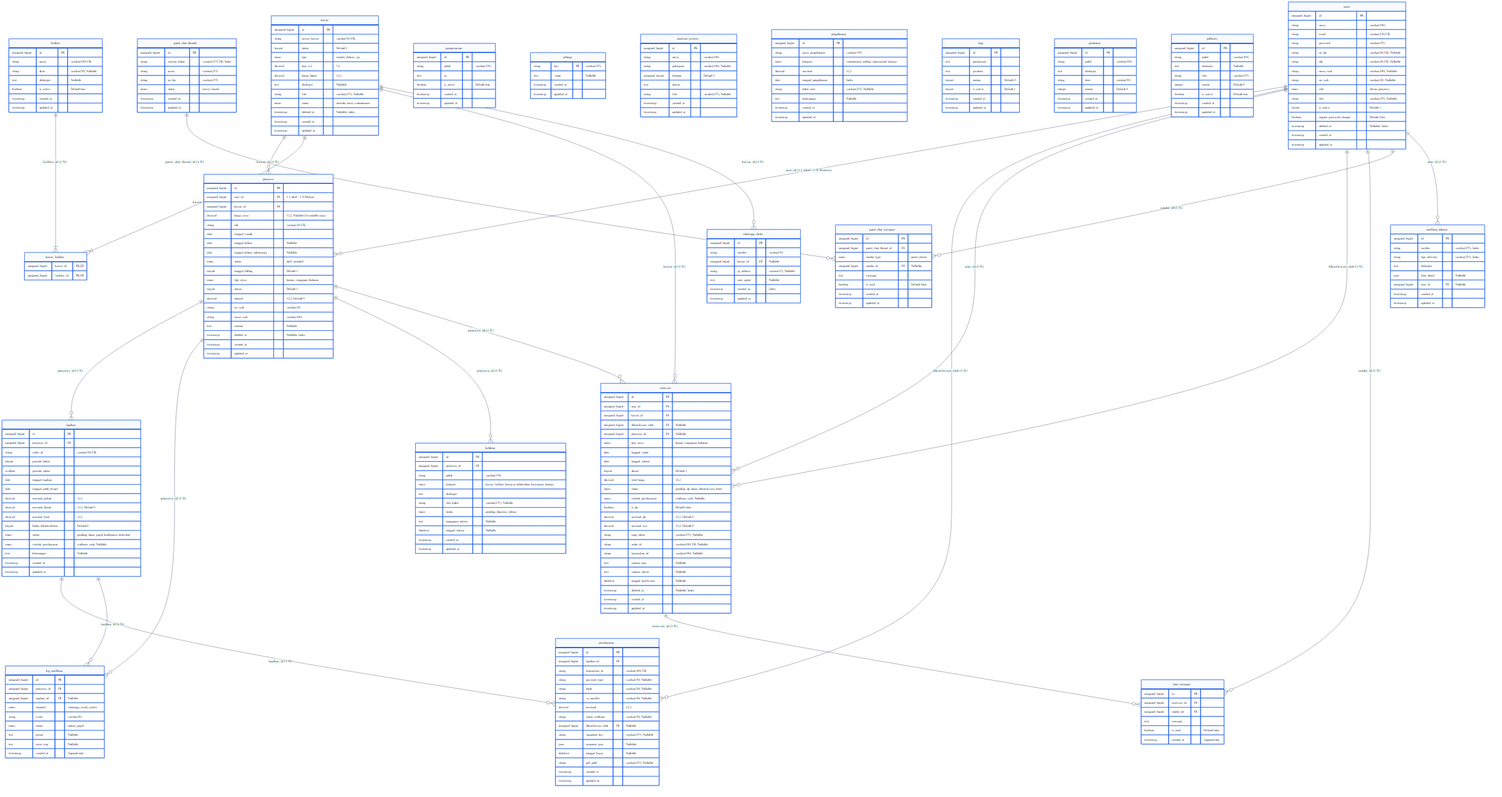
rafifarsyapradiva/asri-boarding-house keeps this Mermaid diagram as Blueprint/erd/diagram_erd.png. Above is the earlier version. Its source is kept beside it as Blueprint/erd/diagram_erd.mmd. The source it was exported from:
```mermaid
%%{init: {
  'theme': 'base',
  'themeVariables': {
    'primaryColor': '#F8FAFC',
    'primaryTextColor': '#0F172A',
    'primaryBorderColor': '#2563EB',
    'lineColor': '#334155',
    'secondaryColor': '#FEF3C7',
    'tertiaryColor': '#ECFDF5',
    'fontSize': '12px',
    'fontFamily': 'Inter, system-ui, -apple-system, sans-serif'
  }
}}%%
erDiagram
    users {
        unsigned_bigint id PK
        string nama "varchar(100)"
        string email "varchar(150) UK"
        string password "varchar(255)"
        string no_hp "varchar(20) UK, Nullable"
        string nik "varchar(20) UK, Nullable"
        string nama_wali "varchar(100), Nullable"
        string no_wali "varchar(20), Nullable"
        enum role "admin, penyewa"
        string foto "varchar(255), Nullable"
        tinyint is_active "Default 1"
        boolean require_password_change "Default false"
        timestamp deleted_at "Nullable, Index"
        timestamp created_at
        timestamp updated_at
    }

    kamar {
        unsigned_bigint id PK
        string nomor_kamar "varchar(50) UK"
        tinyint lantai "Default 1"
        enum tipe "standar, deluxe, vip"
        decimal luas_m2 "5,2"
        decimal harga_bulan "12,2"
        text deskripsi "Nullable"
        string foto "varchar(255), Nullable"
        enum status "tersedia, terisi, maintenance"
        timestamp deleted_at "Nullable, Index"
        timestamp created_at
        timestamp updated_at
    }

    fasilitas {
        unsigned_bigint id PK
        string nama "varchar(100) UK"
        string ikon "varchar(50), Nullable"
        text deskripsi "Nullable"
        boolean is_active "Default true"
        timestamp created_at
        timestamp updated_at
    }

    kamar_fasilitas {
        unsigned_bigint kamar_id PK, FK
        unsigned_bigint fasilitas_id PK, FK
    }

    penyewa {
        unsigned_bigint id PK
        unsigned_bigint user_id FK "1:1 Aktif / 1:N Historis"
        unsigned_bigint kamar_id FK
        decimal harga_sewa "12,2, Nullable (Immutable copy)"
        string nik "varchar(20) UK"
        date tanggal_masuk
        date tanggal_keluar "Nullable"
        date tanggal_keluar_seharusnya "Nullable"
        enum status "aktif, nonaktif"
        tinyint tanggal_billing "Default 1"
        enum tipe_sewa "harian, mingguan, bulanan"
        tinyint durasi "Default 1"
        decimal deposit "12,2, Default 0"
        string no_wali "varchar(20)"
        string nama_wali "varchar(100)"
        text catatan "Nullable"
        timestamp deleted_at "Nullable, Index"
        timestamp created_at
        timestamp updated_at
    }

    tagihan {
        unsigned_bigint id PK
        unsigned_bigint penyewa_id FK
        string order_id "varchar(50) UK"
        tinyint periode_bulan
        smallint periode_tahun
        date tanggal_tagihan
        date tanggal_jatuh_tempo
        decimal nominal_pokok "12,2"
        decimal nominal_denda "12,2, Default 0"
        decimal nominal_total "12,2"
        tinyint bulan_keterlambatan "Default 0"
        enum status "pending, lunas, gagal, kadaluarsa, terlambat"
        enum metode_pembayaran "midtrans, cash, Nullable"
        text keterangan "Nullable"
        timestamp created_at
        timestamp updated_at
    }

    pembayaran {
        unsigned_bigint id PK
        unsigned_bigint tagihan_id FK
        string transaction_id "varchar(100) UK"
        string payment_type "varchar(50), Nullable"
        string bank "varchar(20), Nullable"
        string va_number "varchar(30), Nullable"
        decimal nominal "12,2"
        string status_midtrans "varchar(50), Nullable"
        unsigned_bigint dikonfirmasi_oleh FK "Nullable"
        string signature_key "varchar(255), Nullable"
        json response_json "Nullable"
        datetime tanggal_bayar "Nullable"
        string pdf_path "varchar(255), Nullable"
        timestamp created_at
        timestamp updated_at
    }

    log_notifikasi {
        unsigned_bigint id PK
        unsigned_bigint penyewa_id FK
        unsigned_bigint tagihan_id FK "Nullable"
        enum channel "whatsapp, email, system"
        string event "varchar(50)"
        enum status "sukses, gagal"
        text pesan "Nullable"
        text error_msg "Nullable"
        timestamp created_at "Append-only"
    }

    reservasi {
        unsigned_bigint id PK
        unsigned_bigint user_id FK
        unsigned_bigint kamar_id FK
        unsigned_bigint dikonfirmasi_oleh FK "Nullable"
        unsigned_bigint penyewa_id FK "Nullable"
        enum tipe_sewa "harian, mingguan, bulanan"
        date tanggal_mulai
        date tanggal_selesai
        tinyint durasi "Default 1"
        decimal total_harga "12,2"
        enum status "pending, dp, lunas, dikonfirmasi, batal"
        enum metode_pembayaran "midtrans, cash, Nullable"
        boolean is_dp "Default false"
        decimal nominal_dp "12,2, Default 0"
        decimal nominal_sisa "12,2, Default 0"
        string snap_token "varchar(255), Nullable"
        string order_id "varchar(100) UK, Nullable"
        string transaction_id "varchar(100), Nullable"
        text catatan_user "Nullable"
        text catatan_admin "Nullable"
        datetime tanggal_konfirmasi "Nullable"
        timestamp deleted_at "Nullable, Index"
        timestamp created_at
        timestamp updated_at
    }

    chat_messages {
        unsigned_bigint id PK
        unsigned_bigint reservasi_id FK
        unsigned_bigint sender_id FK
        text message
        boolean is_read "Default false"
        timestamp created_at "Append-only"
    }

    pengumuman {
        unsigned_bigint id PK
        string judul "varchar(150)"
        text isi
        boolean is_active "Default true"
        timestamp created_at
        timestamp updated_at
    }

    notifikasi_khusus {
        unsigned_bigint id PK
        string sumber "varchar(255), Index"
        string tipe_aktivitas "varchar(255), Index"
        text deskripsi
        json data_detail "Nullable"
        unsigned_bigint user_id FK "Nullable"
        timestamp created_at
        timestamp updated_at
    }

    settings {
        string key PK "varchar(255)"
        text value "Nullable"
        timestamp created_at
        timestamp updated_at
    }

    customer_reviews {
        unsigned_bigint id PK
        string nama "varchar(100)"
        string pekerjaan "varchar(100), Nullable"
        unsigned_tinyint bintang "Default 5"
        text ulasan
        string foto "varchar(255), Nullable"
        timestamp created_at
        timestamp updated_at
    }

    pengeluaran {
        unsigned_bigint id PK
        string nama_pengeluaran "varchar(150)"
        enum kategori "maintenance, utilitas, operasional, lainnya"
        decimal nominal "12,2"
        date tanggal_pengeluaran "Index"
        string bukti_nota "varchar(255), Nullable"
        text keterangan "Nullable"
        timestamp created_at
        timestamp updated_at
    }

    faqs {
        unsigned_bigint id PK
        text pertanyaan
        text jawaban
        tinyint urutan "Default 0"
        tinyint is_active "Default 1"
        timestamp created_at
        timestamp updated_at
    }

    keluhan {
        unsigned_bigint id PK
        unsigned_bigint penyewa_id FK
        string judul "varchar(150)"
        enum kategori "kamar, fasilitas_bersama, kebersihan, keamanan, lainnya"
        text deskripsi
        string foto_bukti "varchar(255), Nullable"
        enum status "pending, diproses, selesai"
        text tanggapan_admin "Nullable"
        datetime tanggal_selesai "Nullable"
        timestamp created_at
        timestamp updated_at
    }

    peraturan {
        unsigned_bigint id PK
        string judul "varchar(100)"
        text deskripsi
        string ikon "varchar(50)"
        integer urutan "Default 0"
        timestamp created_at
        timestamp updated_at
    }

    galleries {
        unsigned_bigint id PK
        string judul "varchar(100)"
        text deskripsi "Nullable"
        string foto "varchar(255)"
        integer urutan "Default 0"
        boolean is_active "Default true"
        timestamp created_at
        timestamp updated_at
    }

    guest_chat_threads {
        unsigned_bigint id PK
        string session_token "varchar(255) UK, Index"
        string name "varchar(255)"
        string no_hp "varchar(255)"
        enum status "active, closed"
        timestamp created_at
        timestamp updated_at
    }

    guest_chat_messages {
        unsigned_bigint id PK
        unsigned_bigint guest_chat_thread_id FK
        enum sender_type "guest, admin"
        unsigned_bigint sender_id FK "Nullable"
        text message
        boolean is_read "Default false"
        timestamp created_at
        timestamp updated_at
    }

    whatsapp_clicks {
        unsigned_bigint id PK
        string sumber "varchar(50)"
        unsigned_bigint kamar_id FK "Nullable"
        string ip_address "varchar(45), Nullable"
        text user_agent "Nullable"
        timestamp created_at "Index"
        timestamp updated_at
    }

    users ||--o{ penyewa : "user_id (1:1 Aktif / 1:N Historis)"
    kamar ||--o{ penyewa : "kamar_id (1:N)"

    kamar ||--|{ kamar_fasilitas : "kamar_id (1:N)"
    fasilitas ||--|{ kamar_fasilitas : "fasilitas_id (1:N)"

    penyewa ||--o{ tagihan : "penyewa_id (1:N)"
    tagihan ||--o{ pembayaran : "tagihan_id (1:N)"
    users ||--o{ pembayaran : "dikonfirmasi_oleh (1:N)"

    penyewa ||--o{ log_notifikasi : "penyewa_id (1:N)"
    tagihan ||--o{ log_notifikasi : "tagihan_id (1:N)"
    penyewa ||--o{ keluhan : "penyewa_id (1:N)"

    users ||--o{ reservasi : "user_id (1:N)"
    kamar ||--o{ reservasi : "kamar_id (1:N)"
    users ||--o{ reservasi : "dikonfirmasi_oleh (1:N)"
    penyewa ||--o{ reservasi : "penyewa_id (1:N)"

    reservasi ||--o{ chat_messages : "reservasi_id (1:N)"
    users ||--o{ chat_messages : "sender_id (1:N)"

    guest_chat_threads ||--o{ guest_chat_messages : "guest_chat_thread_id (1:N)"
    users ||--o{ guest_chat_messages : "sender_id (1:N)"

    users ||--o{ notifikasi_khusus : "user_id (1:N)"
    kamar ||--o{ whatsapp_clicks : "kamar_id (1:N)"
```
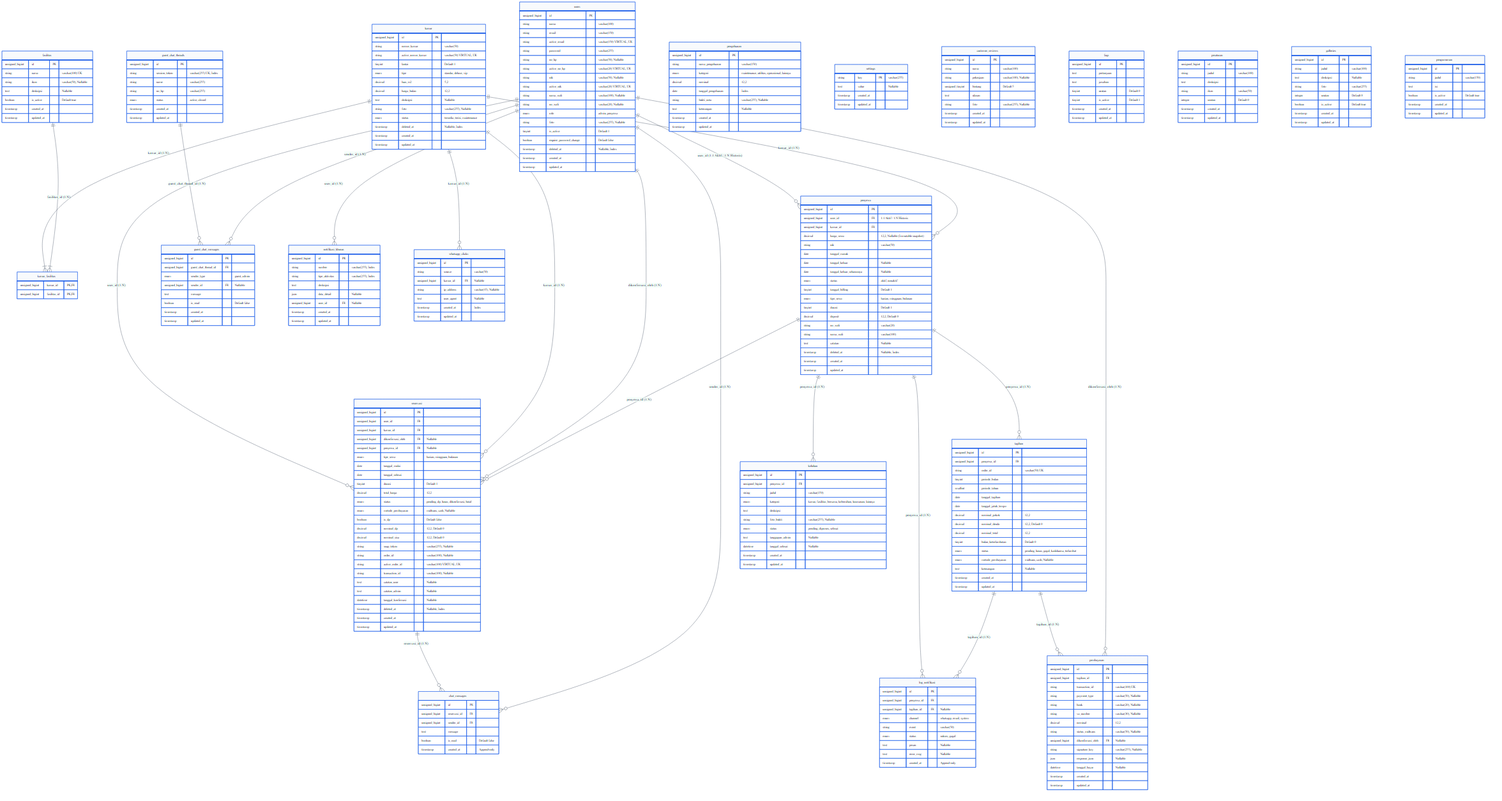
The same file after the commit.

Diff of the diagram source:
```diff
@@ -15,10 +15,13 @@
     users {
         unsigned_bigint id PK
         string nama "varchar(100)"
-        string email "varchar(150) UK"
+        string email "varchar(150)"
+        string active_email "varchar(150) VIRTUAL, UK"
         string password "varchar(255)"
-        string no_hp "varchar(20) UK, Nullable"
-        string nik "varchar(20) UK, Nullable"
+        string no_hp "varchar(50), Nullable"
+        string active_no_hp "varchar(20) VIRTUAL, UK"
+        string nik "varchar(50), Nullable"
+        string active_nik "varchar(20) VIRTUAL, UK"
         string nama_wali "varchar(100), Nullable"
         string no_wali "varchar(20), Nullable"
         enum role "admin, penyewa"
@@ -32,7 +35,8 @@
 
     kamar {
         unsigned_bigint id PK
-        string nomor_kamar "varchar(50) UK"
+        string nomor_kamar "varchar(50)"
+        string active_nomor_kamar "varchar(50) VIRTUAL, UK"
         tinyint lantai "Default 1"
         enum tipe "standar, deluxe, vip"
         decimal luas_m2 "5,2"
@@ -64,8 +68,8 @@
         unsigned_bigint id PK
         unsigned_bigint user_id FK "1:1 Aktif / 1:N Historis"
         unsigned_bigint kamar_id FK
-        decimal harga_sewa "12,2, Nullable (Immutable copy)"
-        string nik "varchar(20) UK"
+        decimal harga_sewa "12,2, Nullable (Immutable snapshot)"
+        string nik "varchar(50)"
         date tanggal_masuk
         date tanggal_keluar "Nullable"
         date tanggal_keluar_seharusnya "Nullable"
@@ -114,7 +118,6 @@
         string signature_key "varchar(255), Nullable"
         json response_json "Nullable"
         datetime tanggal_bayar "Nullable"
-        string pdf_path "varchar(255), Nullable"
         timestamp created_at
         timestamp updated_at
     }
@@ -148,7 +151,8 @@
         decimal nominal_dp "12,2, Default 0"
         decimal nominal_sisa "12,2, Default 0"
         string snap_token "varchar(255), Nullable"
-        string order_id "varchar(100) UK, Nullable"
+        string order_id "varchar(100), Nullable"
+        string active_order_id "varchar(100) VIRTUAL, UK"
         string transaction_id "varchar(100), Nullable"
         text catatan_user "Nullable"
         text catatan_admin "Nullable"
@@ -167,22 +171,49 @@
         timestamp created_at "Append-only"
     }
 
-    pengumuman {
+    guest_chat_threads {
         unsigned_bigint id PK
-        string judul "varchar(150)"
-        text isi
-        boolean is_active "Default true"
+        string session_token "varchar(255) UK, Index"
+        string name "varchar(255)"
+        string no_hp "varchar(255)"
+        enum status "active, closed"
         timestamp created_at
         timestamp updated_at
     }
 
-    notifikasi_khusus {
+    guest_chat_messages {
         unsigned_bigint id PK
-        string sumber "varchar(255), Index"
-        string tipe_aktivitas "varchar(255), Index"
+        unsigned_bigint guest_chat_thread_id FK
+        enum sender_type "guest, admin"
+        unsigned_bigint sender_id FK "Nullable"
+        text message
+        boolean is_read "Default false"
+        timestamp created_at
+        timestamp updated_at
+    }
+
+    keluhan {
+        unsigned_bigint id PK
+        unsigned_bigint penyewa_id FK
+        string judul "varchar(150)"
+        enum kategori "kamar, fasilitas_bersama, kebersihan, keamanan, lainnya"
         text deskripsi
-        json data_detail "Nullable"
-        unsigned_bigint user_id FK "Nullable"
+        string foto_bukti "varchar(255), Nullable"
+        enum status "pending, diproses, selesai"
+        text tanggapan_admin "Nullable"
+        datetime tanggal_selesai "Nullable"
+        timestamp created_at
+        timestamp updated_at
+    }
+
+    pengeluaran {
+        unsigned_bigint id PK
+        string nama_pengeluaran "varchar(150)"
+        enum kategori "maintenance, utilitas, operasional, lainnya"
+        decimal nominal "12,2"
+        date tanggal_pengeluaran "Index"
+        string bukti_nota "varchar(255), Nullable"
+        text keterangan "Nullable"
         timestamp created_at
         timestamp updated_at
     }
@@ -205,38 +236,12 @@
         timestamp updated_at
     }
 
-    pengeluaran {
-        unsigned_bigint id PK
-        string nama_pengeluaran "varchar(150)"
-        enum kategori "maintenance, utilitas, operasional, lainnya"
-        decimal nominal "12,2"
-        date tanggal_pengeluaran "Index"
-        string bukti_nota "varchar(255), Nullable"
-        text keterangan "Nullable"
-        timestamp created_at
-        timestamp updated_at
-    }
-
     faqs {
         unsigned_bigint id PK
         text pertanyaan
         text jawaban
         tinyint urutan "Default 0"
         tinyint is_active "Default 1"
-        timestamp created_at
-        timestamp updated_at
-    }
-
-    keluhan {
-        unsigned_bigint id PK
-        unsigned_bigint penyewa_id FK
-        string judul "varchar(150)"
-        enum kategori "kamar, fasilitas_bersama, kebersihan, keamanan, lainnya"
-        text deskripsi
-        string foto_bukti "varchar(255), Nullable"
-        enum status "pending, diproses, selesai"
-        text tanggapan_admin "Nullable"
-        datetime tanggal_selesai "Nullable"
         timestamp created_at
         timestamp updated_at
     }
@@ -262,30 +267,29 @@
         timestamp updated_at
     }
 
-    guest_chat_threads {
+    pengumuman {
         unsigned_bigint id PK
-        string session_token "varchar(255) UK, Index"
-        string name "varchar(255)"
-        string no_hp "varchar(255)"
-        enum status "active, closed"
+        string judul "varchar(150)"
+        text isi
+        boolean is_active "Default true"
         timestamp created_at
         timestamp updated_at
     }
 
-    guest_chat_messages {
+    notifikasi_khusus {
         unsigned_bigint id PK
-        unsigned_bigint guest_chat_thread_id FK
-        enum sender_type "guest, admin"
-        unsigned_bigint sender_id FK "Nullable"
-        text message
-        boolean is_read "Default false"
+        string sumber "varchar(255), Index"
+        string tipe_aktivitas "varchar(255), Index"
+        text deskripsi
+        json data_detail "Nullable"
+        unsigned_bigint user_id FK "Nullable"
         timestamp created_at
         timestamp updated_at
     }
 
     whatsapp_clicks {
         unsigned_bigint id PK
-        string sumber "varchar(50)"
+        string source "varchar(50)"
         unsigned_bigint kamar_id FK "Nullable"
         string ip_address "varchar(45), Nullable"
         text user_agent "Nullable"
```
